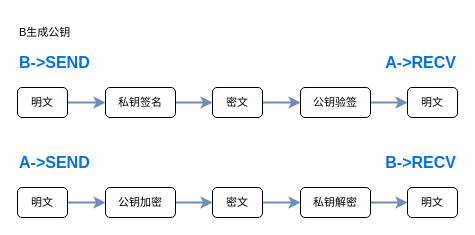
Sagi-Rastar/SagiDrawio_public keeps this draw.io diagram as 加密示意图.drawio. Above is the earlier version. Source tidied: cells renumbered, new cells numbered last; positions are measured from the earlier drawing's top-left corner, leaving out a move shared by most shapes. Both pictures are drawn from the tidied source at 100%, with x=0, y=0 at pixel (17, 17).
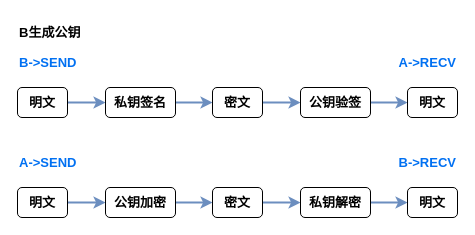
After the change.

Commit message:
更新加密示意图.drawio

The edit, as a diff of the source:
```diff
@@
-    <mxCell id="2" style="edgeStyle=orthogonalEdgeStyle;shape=connector;curved=0;rounded=1;jettySize=auto;html=1;shadow=0;strokeColor=#6c8ebf;strokeWidth=1.9685;align=center;verticalAlign=middle;fontFamily=Helvetica;fontSize=11;fontColor=default;labelBackgroundColor=default;endArrow=classic;fillColor=#dae8fc;" parent="1" edge="1" source="3" target="5">
+    <mxCell id="2" style="edgeStyle=orthogonalEdgeStyle;shape=connector;curved=0;rounded=1;jettySize=auto;html=1;shadow=0;strokeColor=#6c8ebf;strokeWidth=1.9685;align=center;verticalAlign=middle;fontFamily=Helvetica;fontSize=13;fontColor=default;labelBackgroundColor=default;endArrow=classic;fillColor=#dae8fc;fontStyle=1;" parent="1" edge="1" source="3" target="5">
       <mxGeometry relative="1" as="geometry" />
     </mxCell>
-    <mxCell id="3" value="明文" style="rounded=1;whiteSpace=wrap;html=1;fontFamily=Helvetica;fontSize=11;fontColor=default;labelBackgroundColor=default;strokeColor=default;align=center;verticalAlign=middle;fillColor=default;" parent="1" vertex="1">
+    <mxCell id="3" value="明文" style="rounded=1;whiteSpace=wrap;html=1;fontFamily=Helvetica;fontSize=13;fontColor=default;labelBackgroundColor=default;strokeColor=default;align=center;verticalAlign=middle;fillColor=default;fontStyle=1;" parent="1" vertex="1">
       <mxGeometry y="170" width="50" height="30" as="geometry" />
     </mxCell>
-    <mxCell id="4" style="edgeStyle=orthogonalEdgeStyle;shape=connector;curved=0;rounded=1;jettySize=auto;html=1;shadow=0;strokeColor=#6c8ebf;strokeWidth=1.9685;align=center;verticalAlign=middle;fontFamily=Helvetica;fontSize=11;fontColor=default;labelBackgroundColor=default;endArrow=classic;fillColor=#dae8fc;" parent="1" edge="1" source="5" target="7">
+    <mxCell id="4" style="edgeStyle=orthogonalEdgeStyle;shape=connector;curved=0;rounded=1;jettySize=auto;html=1;shadow=0;strokeColor=#6c8ebf;strokeWidth=1.9685;align=center;verticalAlign=middle;fontFamily=Helvetica;fontSize=13;fontColor=default;labelBackgroundColor=default;endArrow=classic;fillColor=#dae8fc;fontStyle=1;" parent="1" edge="1" source="5" target="7">
       <mxGeometry relative="1" as="geometry" />
     </mxCell>
-    <mxCell id="5" value="公钥加密" style="whiteSpace=wrap;html=1;fontSize=11;rounded=1;labelBackgroundColor=default;strokeColor=default;align=center;verticalAlign=middle;fontFamily=Helvetica;fontColor=default;fillColor=default;" parent="1" vertex="1">
+    <mxCell id="5" value="公钥加密" style="whiteSpace=wrap;html=1;fontSize=13;rounded=1;labelBackgroundColor=default;strokeColor=default;align=center;verticalAlign=middle;fontFamily=Helvetica;fontColor=default;fillColor=default;fontStyle=1;" parent="1" vertex="1">
       <mxGeometry x="88" y="170" width="70" height="30" as="geometry" />
     </mxCell>
-    <mxCell id="6" style="edgeStyle=orthogonalEdgeStyle;shape=connector;curved=0;rounded=1;jettySize=auto;html=1;shadow=0;strokeColor=#6c8ebf;strokeWidth=1.9685;align=center;verticalAlign=middle;fontFamily=Helvetica;fontSize=11;fontColor=default;labelBackgroundColor=default;endArrow=classic;fillColor=#dae8fc;" parent="1" edge="1" source="7" target="9">
+    <mxCell id="6" style="edgeStyle=orthogonalEdgeStyle;shape=connector;curved=0;rounded=1;jettySize=auto;html=1;shadow=0;strokeColor=#6c8ebf;strokeWidth=1.9685;align=center;verticalAlign=middle;fontFamily=Helvetica;fontSize=13;fontColor=default;labelBackgroundColor=default;endArrow=classic;fillColor=#dae8fc;fontStyle=1;" parent="1" edge="1" source="7" target="9">
       <mxGeometry relative="1" as="geometry" />
     </mxCell>
-    <mxCell id="7" value="密文" style="whiteSpace=wrap;html=1;fontSize=11;rounded=1;labelBackgroundColor=default;strokeColor=default;align=center;verticalAlign=middle;fontFamily=Helvetica;fontColor=default;fillColor=default;" parent="1" vertex="1">
+    <mxCell id="7" value="密文" style="whiteSpace=wrap;html=1;fontSize=13;rounded=1;labelBackgroundColor=default;strokeColor=default;align=center;verticalAlign=middle;fontFamily=Helvetica;fontColor=default;fillColor=default;fontStyle=1;" parent="1" vertex="1">
       <mxGeometry x="195" y="170" width="50" height="30" as="geometry" />
     </mxCell>
-    <mxCell id="8" style="edgeStyle=orthogonalEdgeStyle;shape=connector;curved=0;rounded=1;jettySize=auto;html=1;shadow=0;strokeColor=#6c8ebf;strokeWidth=1.9685;align=center;verticalAlign=middle;fontFamily=Helvetica;fontSize=11;fontColor=default;labelBackgroundColor=default;endArrow=classic;fillColor=#dae8fc;" parent="1" edge="1" source="9" target="10">
+    <mxCell id="8" style="edgeStyle=orthogonalEdgeStyle;shape=connector;curved=0;rounded=1;jettySize=auto;html=1;shadow=0;strokeColor=#6c8ebf;strokeWidth=1.9685;align=center;verticalAlign=middle;fontFamily=Helvetica;fontSize=13;fontColor=default;labelBackgroundColor=default;endArrow=classic;fillColor=#dae8fc;fontStyle=1;" parent="1" edge="1" source="9" target="10">
       <mxGeometry relative="1" as="geometry" />
     </mxCell>
-    <mxCell id="9" value="私钥解密" style="whiteSpace=wrap;html=1;fontSize=11;rounded=1;labelBackgroundColor=default;strokeColor=default;align=center;verticalAlign=middle;fontFamily=Helvetica;fontColor=default;fillColor=default;" parent="1" vertex="1">
+    <mxCell id="9" value="私钥解密" style="whiteSpace=wrap;html=1;fontSize=13;rounded=1;labelBackgroundColor=default;strokeColor=default;align=center;verticalAlign=middle;fontFamily=Helvetica;fontColor=default;fillColor=default;fontStyle=1;" parent="1" vertex="1">
       <mxGeometry x="283" y="170" width="70" height="30" as="geometry" />
     </mxCell>
-    <mxCell id="10" value="明文" style="whiteSpace=wrap;html=1;fontSize=11;rounded=1;labelBackgroundColor=default;strokeColor=default;align=center;verticalAlign=middle;fontFamily=Helvetica;fontColor=default;fillColor=default;" parent="1" vertex="1">
+    <mxCell id="10" value="明文" style="whiteSpace=wrap;html=1;fontSize=13;rounded=1;labelBackgroundColor=default;strokeColor=default;align=center;verticalAlign=middle;fontFamily=Helvetica;fontColor=default;fillColor=default;fontStyle=1;" parent="1" vertex="1">
       <mxGeometry x="390" y="170" width="50" height="30" as="geometry" />
     </mxCell>
-    <mxCell id="11" style="edgeStyle=orthogonalEdgeStyle;shape=connector;curved=0;rounded=1;jettySize=auto;html=1;shadow=0;strokeColor=#6c8ebf;strokeWidth=1.9685;align=center;verticalAlign=middle;fontFamily=Helvetica;fontSize=11;fontColor=default;labelBackgroundColor=default;endArrow=classic;fillColor=#dae8fc;" parent="1" edge="1" source="12" target="14">
+    <mxCell id="11" style="edgeStyle=orthogonalEdgeStyle;shape=connector;curved=0;rounded=1;jettySize=auto;html=1;shadow=0;strokeColor=#6c8ebf;strokeWidth=1.9685;align=center;verticalAlign=middle;fontFamily=Helvetica;fontSize=13;fontColor=default;labelBackgroundColor=default;endArrow=classic;fillColor=#dae8fc;fontStyle=1;" parent="1" edge="1" source="12" target="14">
       <mxGeometry relative="1" as="geometry" />
     </mxCell>
-    <mxCell id="12" value="明文" style="rounded=1;whiteSpace=wrap;html=1;fontFamily=Helvetica;fontSize=11;fontColor=default;labelBackgroundColor=default;strokeColor=default;align=center;verticalAlign=middle;fillColor=default;" parent="1" vertex="1">
+    <mxCell id="12" value="明文" style="rounded=1;whiteSpace=wrap;html=1;fontFamily=Helvetica;fontSize=13;fontColor=default;labelBackgroundColor=default;strokeColor=default;align=center;verticalAlign=middle;fillColor=default;fontStyle=1;" parent="1" vertex="1">
       <mxGeometry y="70" width="50" height="30" as="geometry" />
     </mxCell>
-    <mxCell id="13" style="edgeStyle=orthogonalEdgeStyle;shape=connector;curved=0;rounded=1;jettySize=auto;html=1;shadow=0;strokeColor=#6c8ebf;strokeWidth=1.9685;align=center;verticalAlign=middle;fontFamily=Helvetica;fontSize=11;fontColor=default;labelBackgroundColor=default;endArrow=classic;fillColor=#dae8fc;" parent="1" edge="1" source="14" target="16">
+    <mxCell id="13" style="edgeStyle=orthogonalEdgeStyle;shape=connector;curved=0;rounded=1;jettySize=auto;html=1;shadow=0;strokeColor=#6c8ebf;strokeWidth=1.9685;align=center;verticalAlign=middle;fontFamily=Helvetica;fontSize=13;fontColor=default;labelBackgroundColor=default;endArrow=classic;fillColor=#dae8fc;fontStyle=1;" parent="1" edge="1" source="14" target="16">
       <mxGeometry relative="1" as="geometry" />
     </mxCell>
-    <mxCell id="14" value="私钥签名" style="whiteSpace=wrap;html=1;fontSize=11;rounded=1;labelBackgroundColor=default;strokeColor=default;align=center;verticalAlign=middle;fontFamily=Helvetica;fontColor=default;fillColor=default;" parent="1" vertex="1">
+    <mxCell id="14" value="私钥签名" style="whiteSpace=wrap;html=1;fontSize=13;rounded=1;labelBackgroundColor=default;strokeColor=default;align=center;verticalAlign=middle;fontFamily=Helvetica;fontColor=default;fillColor=default;fontStyle=1;" parent="1" vertex="1">
       <mxGeometry x="88" y="70" width="70" height="30" as="geometry" />
     </mxCell>
-    <mxCell id="15" style="edgeStyle=orthogonalEdgeStyle;shape=connector;curved=0;rounded=1;jettySize=auto;html=1;shadow=0;strokeColor=#6c8ebf;strokeWidth=1.9685;align=center;verticalAlign=middle;fontFamily=Helvetica;fontSize=11;fontColor=default;labelBackgroundColor=default;endArrow=classic;fillColor=#dae8fc;" parent="1" edge="1" source="16" target="18">
+    <mxCell id="15" style="edgeStyle=orthogonalEdgeStyle;shape=connector;curved=0;rounded=1;jettySize=auto;html=1;shadow=0;strokeColor=#6c8ebf;strokeWidth=1.9685;align=center;verticalAlign=middle;fontFamily=Helvetica;fontSize=13;fontColor=default;labelBackgroundColor=default;endArrow=classic;fillColor=#dae8fc;fontStyle=1;" parent="1" edge="1" source="16" target="18">
       <mxGeometry relative="1" as="geometry" />
     </mxCell>
-    <mxCell id="16" value="密文" style="whiteSpace=wrap;html=1;fontSize=11;rounded=1;labelBackgroundColor=default;strokeColor=default;align=center;verticalAlign=middle;fontFamily=Helvetica;fontColor=default;fillColor=default;" parent="1" vertex="1">
+    <mxCell id="16" value="密文" style="whiteSpace=wrap;html=1;fontSize=13;rounded=1;labelBackgroundColor=default;strokeColor=default;align=center;verticalAlign=middle;fontFamily=Helvetica;fontColor=default;fillColor=default;fontStyle=1;" parent="1" vertex="1">
       <mxGeometry x="195" y="70" width="50" height="30" as="geometry" />
     </mxCell>
-    <mxCell id="17" style="edgeStyle=orthogonalEdgeStyle;shape=connector;curved=0;rounded=1;jettySize=auto;html=1;shadow=0;strokeColor=#6c8ebf;strokeWidth=1.9685;align=center;verticalAlign=middle;fontFamily=Helvetica;fontSize=11;fontColor=default;labelBackgroundColor=default;endArrow=classic;fillColor=#dae8fc;" parent="1" edge="1" source="18" target="19">
+    <mxCell id="17" style="edgeStyle=orthogonalEdgeStyle;shape=connector;curved=0;rounded=1;jettySize=auto;html=1;shadow=0;strokeColor=#6c8ebf;strokeWidth=1.9685;align=center;verticalAlign=middle;fontFamily=Helvetica;fontSize=13;fontColor=default;labelBackgroundColor=default;endArrow=classic;fillColor=#dae8fc;fontStyle=1;" parent="1" edge="1" source="18" target="19">
       <mxGeometry relative="1" as="geometry" />
     </mxCell>
-    <mxCell id="18" value="公钥验签" style="whiteSpace=wrap;html=1;fontSize=11;rounded=1;labelBackgroundColor=default;strokeColor=default;align=center;verticalAlign=middle;fontFamily=Helvetica;fontColor=default;fillColor=default;" parent="1" vertex="1">
+    <mxCell id="18" value="公钥验签" style="whiteSpace=wrap;html=1;fontSize=13;rounded=1;labelBackgroundColor=default;strokeColor=default;align=center;verticalAlign=middle;fontFamily=Helvetica;fontColor=default;fillColor=default;fontStyle=1;" parent="1" vertex="1">
       <mxGeometry x="283" y="70" width="70" height="30" as="geometry" />
     </mxCell>
-    <mxCell id="19" value="明文" style="whiteSpace=wrap;html=1;fontSize=11;rounded=1;labelBackgroundColor=default;strokeColor=default;align=center;verticalAlign=middle;fontFamily=Helvetica;fontColor=default;fillColor=default;" parent="1" vertex="1">
+    <mxCell id="19" value="明文" style="whiteSpace=wrap;html=1;fontSize=13;rounded=1;labelBackgroundColor=default;strokeColor=default;align=center;verticalAlign=middle;fontFamily=Helvetica;fontColor=default;fillColor=default;fontStyle=1;" parent="1" vertex="1">
       <mxGeometry x="390" y="70" width="50" height="30" as="geometry" />
     </mxCell>
-    <mxCell id="20" value="B-&amp;gt;SEND" style="text;html=1;align=left;verticalAlign=middle;strokeColor=none;fillColor=none;fontSize=16;fontColor=#0070F2;fontFamily=Helvetica;fontStyle=1;rounded=1;" parent="1" vertex="1">
-      <mxGeometry y="30" width="90" height="30" as="geometry" />
+    <mxCell id="20" value="B-&amp;gt;SEND" style="text;html=1;align=left;verticalAlign=middle;strokeColor=none;fillColor=none;fontSize=13;fontColor=#0070F2;fontFamily=Helvetica;fontStyle=1;rounded=1;" parent="1" vertex="1">
+      <mxGeometry y="30" width="80" height="30" as="geometry" />
     </mxCell>
-    <mxCell id="21" value="A-&amp;gt;SEND" style="text;html=1;align=left;verticalAlign=middle;strokeColor=none;fillColor=none;fontSize=16;fontColor=#0070F2;fontFamily=Helvetica;fontStyle=1;rounded=1;" parent="1" vertex="1">
-      <mxGeometry y="130" width="90" height="30" as="geometry" />
+    <mxCell id="21" value="A-&amp;gt;SEND" style="text;html=1;align=left;verticalAlign=middle;strokeColor=none;fillColor=none;fontSize=13;fontColor=#0070F2;fontFamily=Helvetica;fontStyle=1;rounded=1;" parent="1" vertex="1">
+      <mxGeometry y="130" width="80" height="30" as="geometry" />
     </mxCell>
-    <mxCell id="22" value="B-&amp;gt;RECV" style="text;html=1;align=right;verticalAlign=middle;strokeColor=none;fillColor=none;fontSize=16;fontColor=#0070F2;fontFamily=Helvetica;fontStyle=1;rounded=1;" parent="1" vertex="1">
-      <mxGeometry x="350" y="130" width="90" height="30" as="geometry" />
+    <mxCell id="22" value="B-&amp;gt;RECV" style="text;html=1;align=right;verticalAlign=middle;strokeColor=none;fillColor=none;fontSize=13;fontColor=#0070F2;fontFamily=Helvetica;fontStyle=1;rounded=1;" parent="1" vertex="1">
+      <mxGeometry x="360" y="130" width="80" height="30" as="geometry" />
     </mxCell>
-    <mxCell id="23" value="A-&amp;gt;RECV" style="text;html=1;align=right;verticalAlign=middle;strokeColor=none;fillColor=none;fontSize=16;fontColor=#0070F2;fontFamily=Helvetica;fontStyle=1;rounded=1;" parent="1" vertex="1">
-      <mxGeometry x="350" y="30" width="90" height="30" as="geometry" />
+    <mxCell id="23" value="A-&amp;gt;RECV" style="text;html=1;align=right;verticalAlign=middle;strokeColor=none;fillColor=none;fontSize=13;fontColor=#0070F2;fontFamily=Helvetica;fontStyle=1;rounded=1;" parent="1" vertex="1">
+      <mxGeometry x="360" y="30" width="80" height="30" as="geometry" />
     </mxCell>
-    <mxCell id="24" value="B生成公钥" style="text;html=1;align=left;verticalAlign=middle;strokeColor=none;fillColor=none;fontFamily=Helvetica;fontSize=11;fontColor=default;labelBackgroundColor=default;rounded=1;" parent="1" vertex="1">
-      <mxGeometry width="70" height="30" as="geometry" />
+    <mxCell id="24" value="B生成公钥" style="text;html=1;align=left;verticalAlign=middle;strokeColor=none;fillColor=none;fontFamily=Helvetica;fontSize=13;fontColor=default;labelBackgroundColor=default;rounded=1;fontStyle=1;" parent="1" vertex="1">
+      <mxGeometry width="80" height="30" as="geometry" />
     </mxCell>
```
